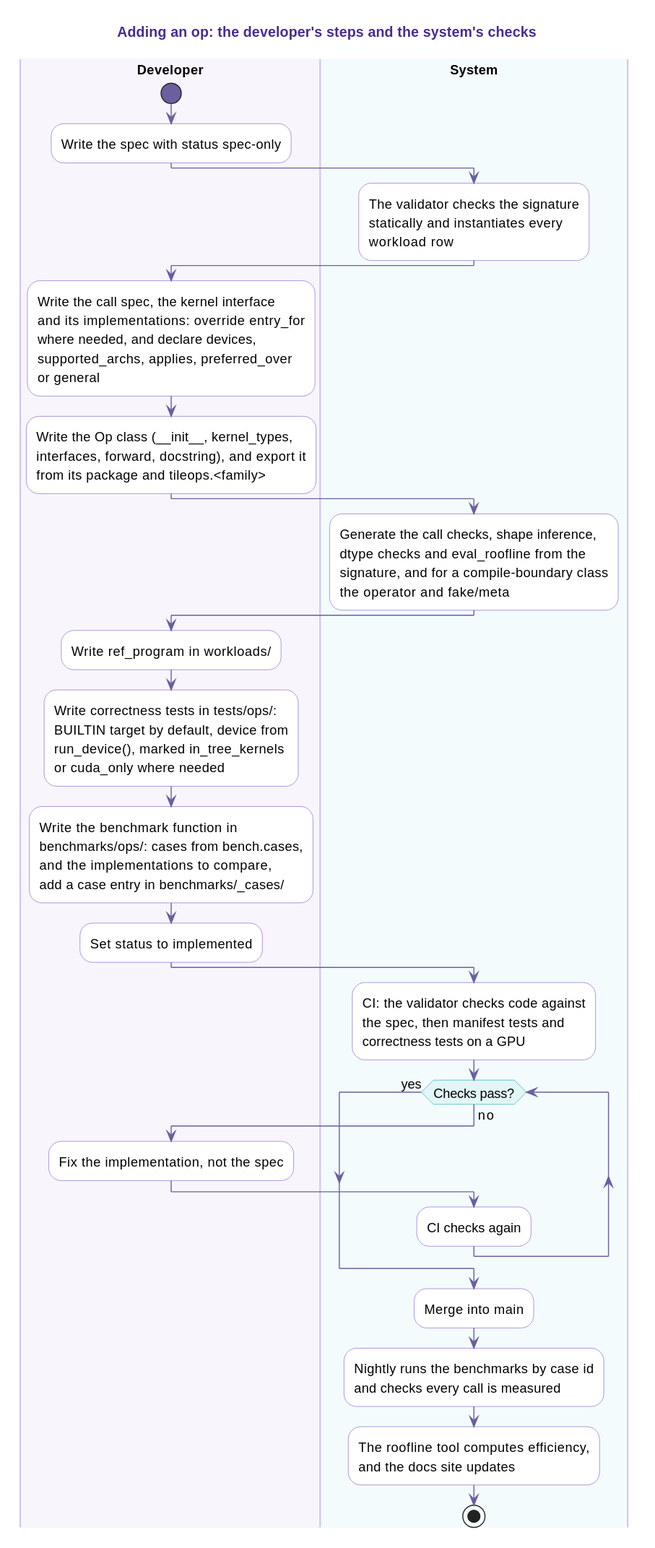
Before: docs/user-guide/manifest/img/new-op.svg, a diagram exported from PlantUML (lcy-seso/TileOPs.github.io).
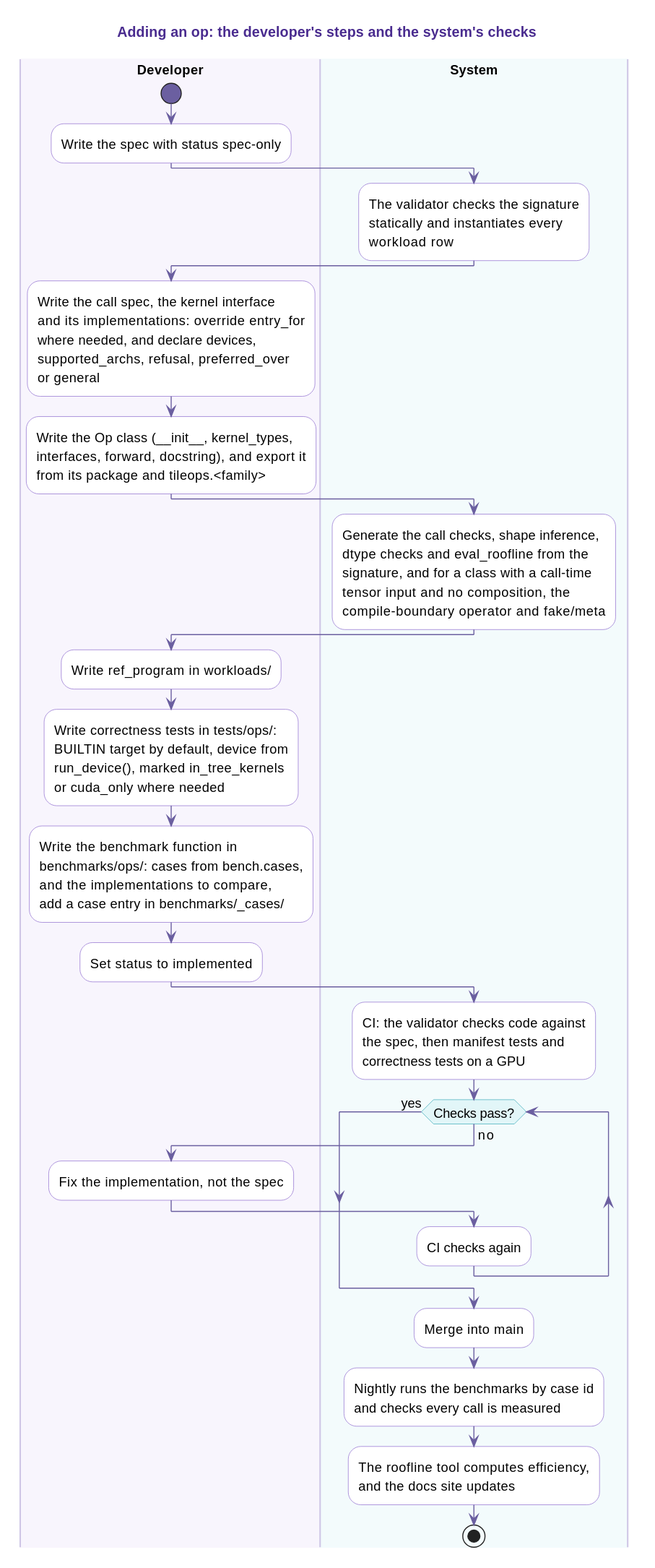
The same file after the commit.

Diff of the diagram source:
```diff
@@ -29,7 +29,7 @@
 :Write the call spec, the kernel interface
 and its implementations: override entry_for
 where needed, and declare devices,
-supported_archs, applies, preferred_over
+supported_archs, refusal, preferred_over
 or general;
 :Write the Op class (~__init~__, kernel_types,
 interfaces, forward, docstring), and export it
@@ -37,8 +37,9 @@
 |System|
 :Generate the call checks, shape inference,
 dtype checks and eval_roofline from the
-signature, and for a compile-boundary class
-the operator and fake/meta;
+signature, and for a class with a call-time
+tensor input and no composition, the
+compile-boundary operator and fake/meta;
 |Developer|
 :Write ref_program in workloads/;
 :Write correctness tests in tests/ops/:
```
